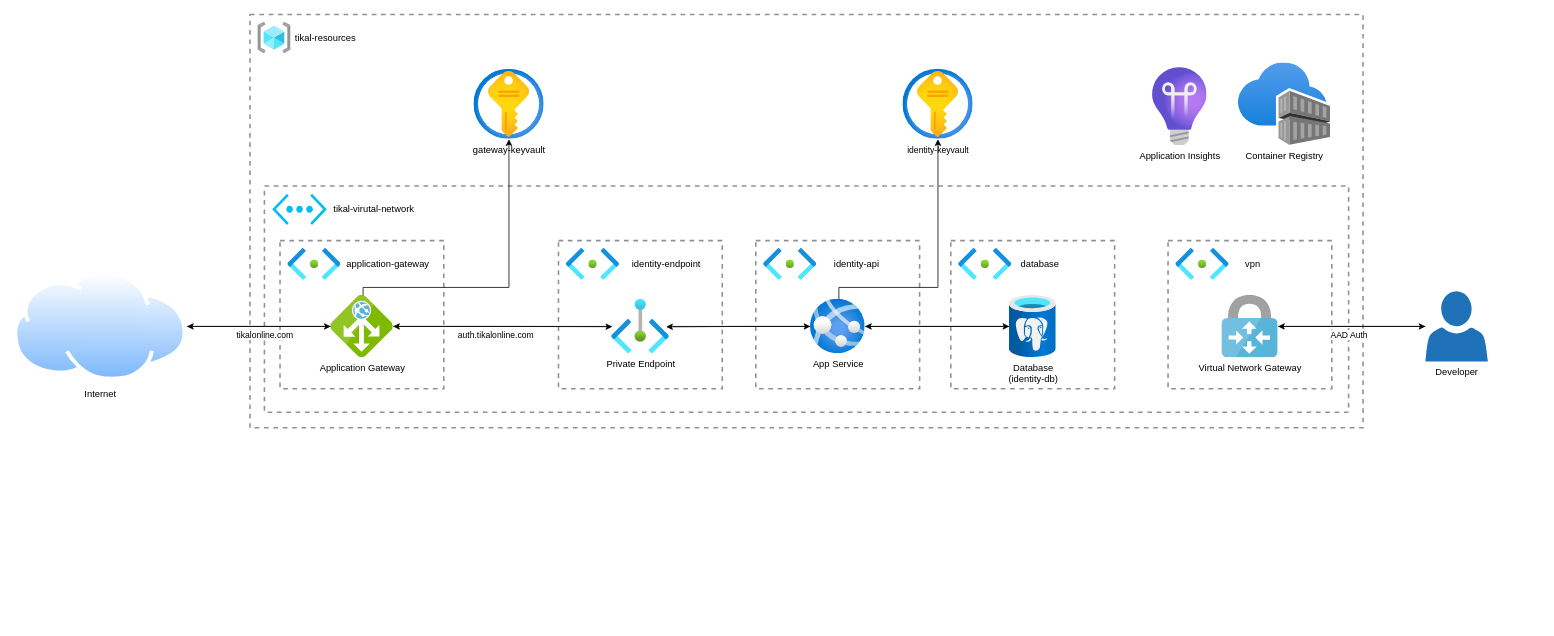
Above: Infrastructure/images/azure-architecture.drawio in Fabian-Mahdi/Tikal (draw.io), before the change. Source tidied: cells renumbered, new cells numbered last; positions are measured from the earlier drawing's top-left corner, leaving out a move shared by most shapes. Both pictures are drawn from the tidied source at 78%, with x=0, y=0 at pixel (13, 14). Pictures stored in the file or linked from it are replaced by grey dashed boxes.
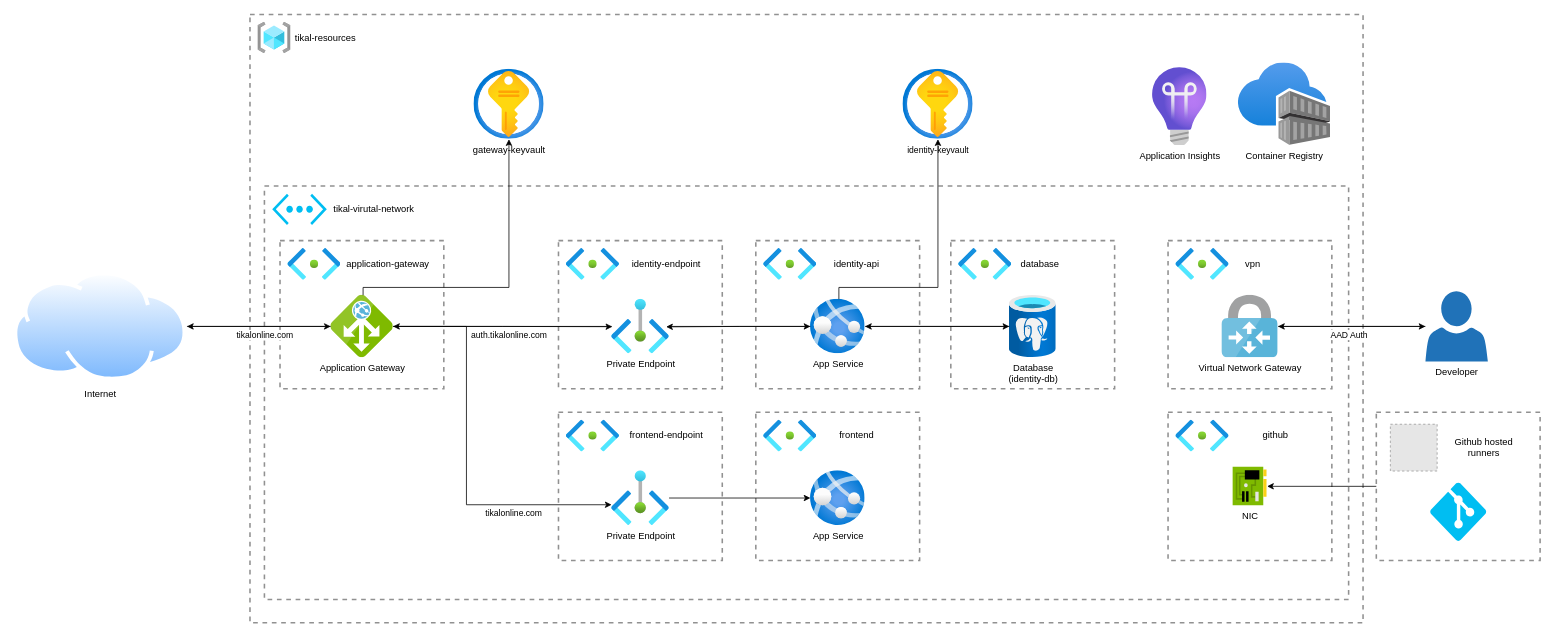
The same page after the edit.

Commit message (it also covers changes not shown here):
updated infra diagram with frontend setup

Unchanged cells that the change refers to:
```xml
<mxCell id="15" style="edgeStyle=orthogonalEdgeStyle;rounded=0;jettySize=auto;html=1;entryX=0.011;entryY=0.505;entryDx=0;entryDy=0;entryPerimeter=0;" parent="3" edge="1" source="8" target="13">
  <mxGeometry relative="1" as="geometry" />
</mxCell>
```

Diff of the diagram source:
```diff
@@
     <mxCell id="2" style="fontStyle=0;verticalAlign=top;align=center;spacingTop=-2;fillColor=none;rounded=0;whiteSpace=wrap;html=1;strokeColor=#919191;strokeWidth=2;dashed=1;" parent="1" vertex="1">
-      <mxGeometry x="303" width="1427" height="530" as="geometry" />
+      <mxGeometry x="303" width="1427" height="780" as="geometry" />
     </mxCell>
     <mxCell id="3" style="fontStyle=0;verticalAlign=top;align=center;spacingTop=-2;fillColor=none;rounded=0;whiteSpace=wrap;html=1;strokeColor=#919191;strokeWidth=2;dashed=1;" parent="2" vertex="1">
-      <mxGeometry x="18.5" y="220" width="1390" height="290" as="geometry" />
+      <mxGeometry x="18.5" y="220" width="1390" height="530" as="geometry" />
     </mxCell>
@@
     <mxCell id="16" value="auth.tikalonline.com" style="edgeLabel;html=1;align=center;verticalAlign=middle;" parent="15" vertex="1">
       <mxGeometry x="-0.06" y="-1" relative="1" as="geometry">
-        <mxPoint x="-1" y="9" as="offset" />
+        <mxPoint x="16" y="9" as="offset" />
       </mxGeometry>
     </mxCell>
@@
+    <mxCell id="49" style="fontStyle=0;verticalAlign=top;align=center;spacingTop=-2;fillColor=none;rounded=0;whiteSpace=wrap;html=1;strokeColor=#919191;strokeWidth=2;dashed=1;" parent="3" vertex="1">
+      <mxGeometry x="377" y="290" width="210" height="190" as="geometry" />
+    </mxCell>
+    <mxCell id="50" style="image;html=1;align=center;fontSize=12;image=img/lib/azure2/networking/Subnet.svg;" parent="49" vertex="1">
+      <mxGeometry x="10" y="10" width="68" height="40.7" as="geometry" />
+    </mxCell>
+    <mxCell id="51" value="frontend-endpoint" style="text;html=1;align=center;verticalAlign=middle;whiteSpace=wrap;rounded=0;" parent="49" vertex="1">
+      <mxGeometry x="78" y="15.4" width="120" height="30" as="geometry" />
+    </mxCell>
+    <mxCell id="52" value="Private Endpoint" style="image;html=1;points=[];align=center;fontSize=12;image=img/lib/azure2/other/Private_Endpoints.svg;" parent="49" vertex="1">
+      <mxGeometry x="68.2" y="75" width="73.6" height="70" as="geometry" />
+    </mxCell>
+    <mxCell id="53" style="fontStyle=0;verticalAlign=top;align=center;spacingTop=-2;fillColor=none;rounded=0;whiteSpace=wrap;html=1;strokeColor=#919191;strokeWidth=2;dashed=1;" parent="3" vertex="1">
+      <mxGeometry x="630" y="290" width="210" height="190" as="geometry" />
+    </mxCell>
+    <mxCell id="54" style="image;html=1;align=center;fontSize=12;image=img/lib/azure2/networking/Subnet.svg;" parent="53" vertex="1">
+      <mxGeometry x="10" y="10" width="68" height="40.7" as="geometry" />
+    </mxCell>
+    <mxCell id="55" value="frontend" style="text;html=1;align=center;verticalAlign=middle;whiteSpace=wrap;rounded=0;" parent="53" vertex="1">
+      <mxGeometry x="78" y="15.4" width="102" height="30" as="geometry" />
+    </mxCell>
+    <mxCell id="56" value="App Service" style="image;html=1;points=[];align=center;fontSize=12;image=img/lib/azure2/containers/App_Services.svg;" parent="53" vertex="1">
+      <mxGeometry x="70" y="75" width="70" height="70" as="geometry" />
+    </mxCell>
+    <mxCell id="57" style="edgeStyle=orthogonalEdgeStyle;rounded=0;orthogonalLoop=1;jettySize=auto;html=1;entryX=-0.002;entryY=0.623;entryDx=0;entryDy=0;entryPerimeter=0;" parent="3" edge="1">
+      <mxGeometry relative="1" as="geometry">
+        <mxPoint x="165" y="180" as="sourcePoint" />
+        <mxPoint x="445.1" y="408.6" as="targetPoint" />
+        <Array as="points">
+          <mxPoint x="259" y="180" />
+          <mxPoint x="259" y="409" />
+        </Array>
+      </mxGeometry>
+    </mxCell>
+    <mxCell id="58" value="&lt;div&gt;tikalonline.com&lt;/div&gt;" style="edgeLabel;html=1;align=center;verticalAlign=middle;" parent="57" vertex="1">
+      <mxGeometry x="0.39" y="1" relative="1" as="geometry">
+        <mxPoint x="29" y="12" as="offset" />
+      </mxGeometry>
+    </mxCell>
+    <mxCell id="59" style="edgeStyle=orthogonalEdgeStyle;rounded=0;jettySize=auto;html=1;" parent="3" edge="1" source="52" target="56">
+      <mxGeometry relative="1" as="geometry" />
+    </mxCell>
+    <mxCell id="60" style="fontStyle=0;verticalAlign=top;align=center;spacingTop=-2;fillColor=none;rounded=0;whiteSpace=wrap;html=1;strokeColor=#919191;strokeWidth=2;dashed=1;" parent="3" vertex="1">
+      <mxGeometry x="1158.5" y="290" width="210" height="190" as="geometry" />
+    </mxCell>
+    <mxCell id="61" style="image;html=1;align=center;fontSize=12;image=img/lib/azure2/networking/Subnet.svg;" parent="60" vertex="1">
+      <mxGeometry x="10" y="10" width="68" height="40.7" as="geometry" />
+    </mxCell>
+    <mxCell id="62" value="github" style="text;html=1;align=center;verticalAlign=middle;whiteSpace=wrap;rounded=0;" parent="60" vertex="1">
+      <mxGeometry x="78" y="15.4" width="120" height="30" as="geometry" />
+    </mxCell>
+    <mxCell id="63" value="NIC" style="image;sketch=0;html=1;points=[];align=center;fontSize=12;image=img/lib/mscae/NetworkInterfaceCard.svg;" parent="60" vertex="1">
+      <mxGeometry x="83" y="70" width="44" height="50" as="geometry" />
+    </mxCell>
@@
+    <mxCell id="64" style="edgeStyle=orthogonalEdgeStyle;rounded=0;jettySize=auto;html=1;" parent="1" edge="1" source="65" target="63">
+      <mxGeometry relative="1" as="geometry" />
+    </mxCell>
+    <mxCell id="65" style="fontStyle=0;verticalAlign=top;align=center;spacingTop=-2;fillColor=none;rounded=0;whiteSpace=wrap;html=1;strokeColor=#919191;strokeWidth=2;dashed=1;" parent="1" vertex="1">
+      <mxGeometry x="1747" y="510" width="210" height="190" as="geometry" />
+    </mxCell>
+    <mxCell id="66" value="&lt;div&gt;Github hosted runners&lt;/div&gt;" style="text;html=1;align=center;verticalAlign=middle;whiteSpace=wrap;rounded=0;" parent="65" vertex="1">
+      <mxGeometry x="78" y="30.4" width="120" height="30" as="geometry" />
+    </mxCell>
+    <mxCell id="67" style="fillColor=#E6E6E6;strokeColor=#999999;dashed=1;html=1;verticalAlign=top;verticalLabelPosition=bottom;labelBackgroundColor=#ffffff;" parent="65" vertex="1">
+      <mxGeometry x="18" y="15.4" width="60" height="60" as="geometry" />
+    </mxCell>
+    <mxCell id="68" style="verticalLabelPosition=bottom;html=1;verticalAlign=top;align=center;strokeColor=none;fillColor=#00BEF2;shape=mxgraph.azure.git_repository;" parent="65" vertex="1">
+      <mxGeometry x="68.9" y="90" width="72.2" height="75" as="geometry" />
+    </mxCell>
```
